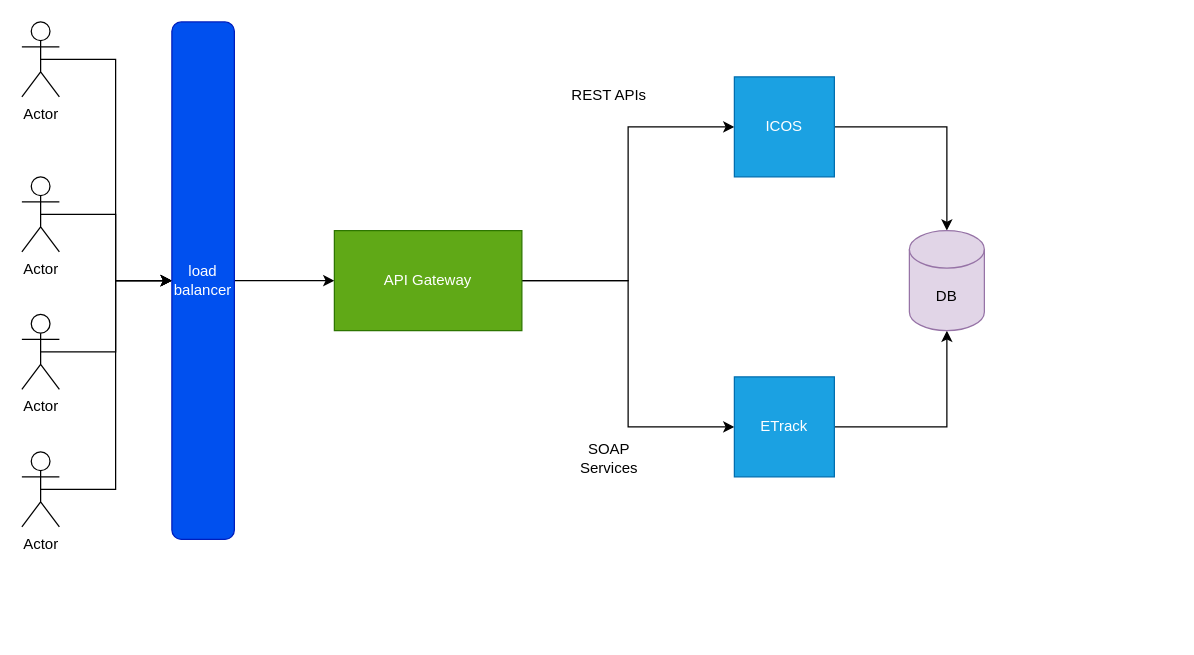
Earlier version of the draw.io diagram system.drawio (jassirwani/posta-mind-mapping). Source tidied: cells renumbered, new cells numbered last; positions are measured from the earlier drawing's top-left corner, leaving out a move shared by most shapes. Both pictures are drawn from the tidied source at 125%, with x=0, y=0 at pixel (21, 21).
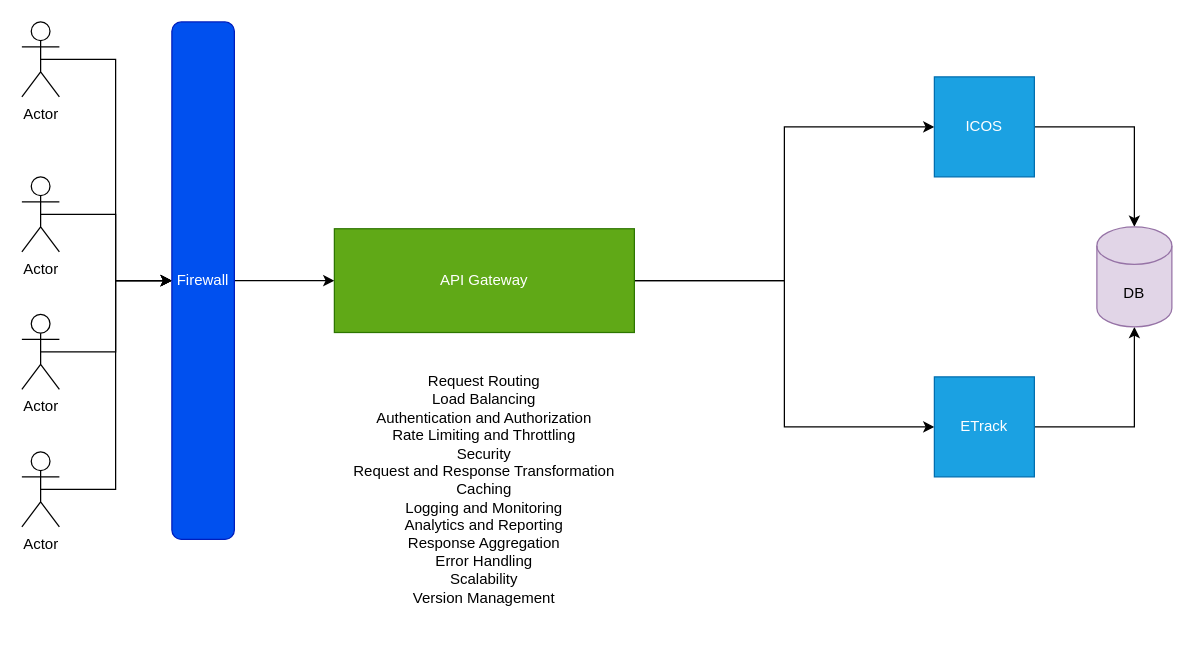
Above is the later version.

The edit, as a diff of the source:
```diff
@@
-    <mxCell id="11" value="load&lt;br&gt;balancer" style="rounded=1;whiteSpace=wrap;html=1;direction=south;fillColor=#0050ef;fontColor=#ffffff;strokeColor=#001DBC;" parent="1" vertex="1">
+    <mxCell id="11" value="Firewall" style="rounded=1;whiteSpace=wrap;html=1;direction=south;fillColor=#0050ef;fontColor=#ffffff;strokeColor=#001DBC;" parent="1" vertex="1">
       <mxGeometry x="120" width="50" height="414" as="geometry" />
     </mxCell>
@@
     <mxCell id="14" value="API Gateway" style="rounded=0;whiteSpace=wrap;html=1;fillColor=#60a917;fontColor=#ffffff;strokeColor=#2D7600;" parent="1" vertex="1">
-      <mxGeometry x="250" y="167" width="150" height="80" as="geometry" />
+      <mxGeometry x="250" y="165.5" width="240" height="83" as="geometry" />
     </mxCell>
@@
     <mxCell id="16" value="ICOS" style="whiteSpace=wrap;html=1;fillColor=#1ba1e2;fontColor=#ffffff;strokeColor=#006EAF;" parent="1" vertex="1">
-      <mxGeometry x="570" y="44" width="80" height="80" as="geometry" />
+      <mxGeometry x="730" y="44" width="80" height="80" as="geometry" />
     </mxCell>
@@
     <mxCell id="18" value="ETrack" style="whiteSpace=wrap;html=1;fillColor=#1ba1e2;fontColor=#ffffff;strokeColor=#006EAF;" parent="1" vertex="1">
-      <mxGeometry x="570" y="284" width="80" height="80" as="geometry" />
+      <mxGeometry x="730" y="284" width="80" height="80" as="geometry" />
     </mxCell>
     <mxCell id="19" value="DB" style="shape=cylinder3;whiteSpace=wrap;html=1;boundedLbl=1;backgroundOutline=1;size=15;fillColor=#e1d5e7;strokeColor=#9673a6;" parent="1" vertex="1">
-      <mxGeometry x="710" y="167" width="60" height="80" as="geometry" />
+      <mxGeometry x="860" y="164" width="60" height="80" as="geometry" />
     </mxCell>
-    <mxCell id="20" value="REST APIs" style="text;html=1;strokeColor=none;fillColor=none;align=center;verticalAlign=middle;whiteSpace=wrap;rounded=0;" parent="1" vertex="1">
-      <mxGeometry x="430" y="44" width="80" height="30" as="geometry" />
-    </mxCell>
-    <mxCell id="21" value="SOAP Services" style="text;html=1;strokeColor=none;fillColor=none;align=center;verticalAlign=middle;whiteSpace=wrap;rounded=0;" parent="1" vertex="1">
-      <mxGeometry x="430" y="334" width="80" height="30" as="geometry" />
-    </mxCell>
+    <mxCell id="22" value="Request Routing&lt;br&gt;Load Balancing&lt;br&gt;Authentication and Authorization&lt;br&gt;Rate Limiting and Throttling&lt;br&gt;Security&lt;br&gt;Request and Response Transformation&lt;br&gt;Caching&lt;br&gt;Logging and Monitoring&lt;br&gt;Analytics and Reporting&lt;br&gt;Response Aggregation&lt;br&gt;Error Handling&lt;br&gt;Scalability&lt;br&gt;Version Management" style="text;html=1;strokeColor=none;fillColor=none;align=center;verticalAlign=middle;whiteSpace=wrap;rounded=0;" parent="1" vertex="1">
+      <mxGeometry x="250" y="259" width="240" height="230" as="geometry" />
+    </mxCell>
```
